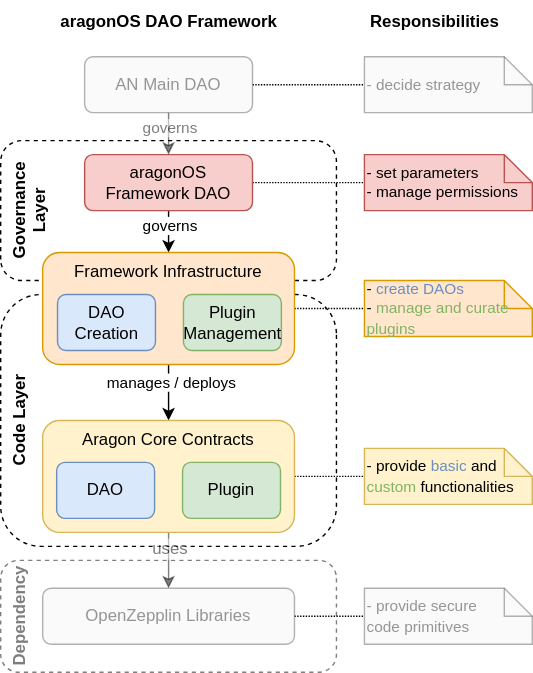
The draw.io diagram docs/core/01-how-it-works/02-the-dao-framework/aragon-os-architecture-Overview.drawio.svg in aragon/developer-portal, before a commit. Source tidied: cells renumbered, new cells last; positions are measured from the earlier drawing's top-left corner, leaving out a move shared by most shapes.
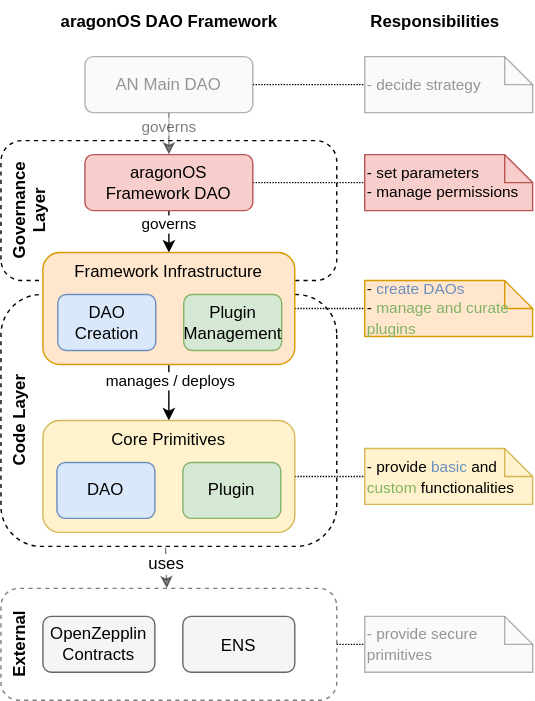
After the commit.

Commit message:
Changed naming and formatting

Diff of the diagram source:
```diff
@@ -2,6 +2,9 @@
   <root>
     <mxCell id="0" />
     <mxCell id="1" parent="0" />
+    <mxCell id="22" value="External" style="rounded=1;whiteSpace=wrap;html=1;dashed=1;fillColor=none;verticalAlign=top;fontStyle=1;arcSize=16;direction=west;rotation=270;opacity=50;" parent="1" vertex="1">
+      <mxGeometry x="50" y="340" width="80" height="240" as="geometry" />
+    </mxCell>
     <mxCell id="2" value="Code Layer" style="rounded=1;whiteSpace=wrap;html=1;dashed=1;fillColor=none;verticalAlign=top;fontStyle=1;arcSize=16;direction=west;rotation=270;" parent="1" vertex="1">
       <mxGeometry y="180" width="180" height="240" as="geometry" />
     </mxCell>
@@ -32,11 +35,16 @@
     <mxCell id="11" value="&lt;font color=&quot;#000000&quot; style=&quot;font-size: 12px;&quot;&gt;&lt;b style=&quot;font-size: 12px;&quot;&gt;Responsibilities&lt;/b&gt;&lt;/font&gt;" style="text;html=1;align=center;verticalAlign=middle;strokeColor=none;fillColor=none;fontSize=12;fontColor=#7EA6E0;" parent="1" vertex="1">
       <mxGeometry x="220" width="120" height="30" as="geometry" />
     </mxCell>
-    <mxCell id="12" value="&lt;span style=&quot;font-size: 11px;&quot;&gt;&lt;font style=&quot;font-size: 11px;&quot;&gt;&amp;nbsp;- provide secure &lt;br&gt;&amp;nbsp; &amp;nbsp;code primitives&lt;/font&gt;&lt;br&gt;&lt;/span&gt;" style="shape=note;size=20;whiteSpace=wrap;html=1;fontSize=12;fillColor=#f5f5f5;align=left;strokeColor=#666666;fontColor=#333333;opacity=50;textOpacity=50;" parent="1" vertex="1">
-      <mxGeometry x="230" y="420" width="120" height="40" as="geometry" />
+    <mxCell id="12" value="&lt;span style=&quot;font-size: 11px&quot;&gt;&lt;font style=&quot;font-size: 11px&quot;&gt;&amp;nbsp;- provide secure &lt;br&gt;&amp;nbsp; &amp;nbsp;primitives&lt;/font&gt;&lt;br&gt;&lt;/span&gt;" style="shape=note;size=20;whiteSpace=wrap;html=1;fontSize=12;fillColor=#f5f5f5;align=left;strokeColor=#666666;fontColor=#333333;opacity=50;textOpacity=50;" parent="1" vertex="1">
+      <mxGeometry x="230" y="440" width="120" height="40" as="geometry" />
     </mxCell>
-    <mxCell id="13" style="edgeStyle=orthogonalEdgeStyle;rounded=0;jettySize=auto;html=1;dashed=1;dashPattern=1 1;fontSize=11;fontColor=#000000;endArrow=none;endFill=0;textOpacity=50;" parent="1" edge="1" source="25" target="12">
-      <mxGeometry relative="1" as="geometry" />
+    <mxCell id="13" style="edgeStyle=orthogonalEdgeStyle;rounded=0;jettySize=auto;html=1;dashed=1;dashPattern=1 1;fontSize=11;fontColor=#000000;endArrow=none;endFill=0;textOpacity=50;exitX=0.5;exitY=0;exitDx=0;exitDy=0;" parent="1" edge="1" source="22" target="12">
+      <mxGeometry relative="1" as="geometry">
+        <Array as="points">
+          <mxPoint x="220" y="460" />
+          <mxPoint x="220" y="460" />
+        </Array>
+      </mxGeometry>
     </mxCell>
     <mxCell id="14" value="&lt;font color=&quot;#000000&quot; style=&quot;font-size: 12px;&quot;&gt;&lt;span style=&quot;font-size: 12px;&quot;&gt;&lt;b&gt;aragonOS&lt;/b&gt;&lt;/span&gt;&lt;b style=&quot;font-size: 12px;&quot;&gt; DAO Framework&lt;br style=&quot;font-size: 12px;&quot;&gt;&lt;/b&gt;&lt;/font&gt;" style="text;html=1;align=center;verticalAlign=middle;strokeColor=none;fillColor=none;fontSize=12;fontColor=#7EA6E0;rounded=0;" parent="1" vertex="1">
       <mxGeometry width="180" height="30" as="geometry" />
@@ -66,9 +74,6 @@
     <mxCell id="21" value="AN Main DAO" style="rounded=1;whiteSpace=wrap;html=1;verticalAlign=middle;fontStyle=0;fillColor=#f5f5f5;strokeColor=#666666;fontColor=#333333;opacity=50;textOpacity=50;" parent="1" vertex="1">
       <mxGeometry x="30" y="40" width="120" height="40" as="geometry" />
     </mxCell>
-    <mxCell id="22" value="Dependency" style="rounded=1;whiteSpace=wrap;html=1;dashed=1;fillColor=none;verticalAlign=top;fontStyle=1;arcSize=16;direction=west;rotation=270;textOpacity=50;opacity=50;" parent="1" vertex="1">
-      <mxGeometry x="50" y="320" width="80" height="240" as="geometry" />
-    </mxCell>
     <mxCell id="23" style="edgeStyle=orthogonalEdgeStyle;rounded=0;jettySize=auto;html=1;" parent="1" edge="1" source="33" target="29">
       <mxGeometry relative="1" as="geometry" />
     </mxCell>
@@ -77,21 +82,21 @@
         <mxPoint x="1" y="3" as="offset" />
       </mxGeometry>
     </mxCell>
-    <mxCell id="25" value="OpenZepplin Libraries" style="rounded=1;whiteSpace=wrap;html=1;verticalAlign=middle;fontStyle=0;fillColor=#f5f5f5;strokeColor=#666666;fontColor=#333333;textOpacity=50;opacity=50;" parent="1" vertex="1">
-      <mxGeometry y="420" width="180" height="40" as="geometry" />
+    <mxCell id="25" value="OpenZepplin Contracts" style="rounded=1;whiteSpace=wrap;html=1;verticalAlign=middle;fontStyle=0;fillColor=#f5f5f5;strokeColor=#666666;fontColor=#000000;" parent="1" vertex="1">
+      <mxGeometry y="440" width="80" height="40" as="geometry" />
     </mxCell>
-    <mxCell id="26" style="rounded=0;jettySize=auto;html=1;fontSize=12;fontColor=#000000;endArrow=classic;endFill=1;opacity=50;" parent="1" edge="1" source="29" target="25">
+    <mxCell id="26" style="rounded=0;jettySize=auto;html=1;fontSize=12;fontColor=#000000;endArrow=classic;endFill=1;opacity=50;exitX=1.005;exitY=0.51;exitDx=0;exitDy=0;exitPerimeter=0;" parent="1" edge="1" source="2" target="22">
       <mxGeometry relative="1" as="geometry" />
     </mxCell>
-    <mxCell id="27" value="uses" style="edgeLabel;html=1;align=center;verticalAlign=middle;fontSize=12;fontColor=#000000;textOpacity=50;" parent="26" vertex="1">
+    <mxCell id="27" value="uses" style="edgeLabel;html=1;align=center;verticalAlign=middle;fontSize=12;fontColor=#000000;" parent="26" vertex="1">
       <mxGeometry x="-0.47" y="2" relative="1" as="geometry">
-        <mxPoint x="-2" as="offset" />
+        <mxPoint x="-2" y="4" as="offset" />
       </mxGeometry>
     </mxCell>
     <mxCell id="28" style="group;" parent="1" vertex="1">
       <mxGeometry y="300" width="180" height="80" as="geometry" />
     </mxCell>
-    <mxCell id="29" value="Aragon Core Contracts" style="rounded=1;whiteSpace=wrap;html=1;verticalAlign=top;fontStyle=0;fillColor=#fff2cc;strokeColor=#d6b656;" parent="28" vertex="1">
+    <mxCell id="29" value="Core Primitives" style="rounded=1;whiteSpace=wrap;html=1;verticalAlign=top;fontStyle=0;fillColor=#fff2cc;strokeColor=#d6b656;" parent="28" vertex="1">
       <mxGeometry width="180" height="80" as="geometry" />
     </mxCell>
     <mxCell id="30" value="DAO" style="rounded=1;whiteSpace=wrap;html=1;verticalAlign=middle;fontStyle=0;fillColor=#dae8fc;strokeColor=#6c8ebf;" parent="28" vertex="1">
@@ -112,5 +117,8 @@
     <mxCell id="35" value="Plugin&lt;br&gt;Management" style="rounded=1;whiteSpace=wrap;html=1;verticalAlign=middle;fontStyle=0;fillColor=#d5e8d4;strokeColor=#82b366;" parent="32" vertex="1">
       <mxGeometry x="100.6" y="30" width="70" height="40" as="geometry" />
     </mxCell>
+    <mxCell id="36" value="&lt;p style=&quot;line-height: 1&quot;&gt;&lt;font color=&quot;#000000&quot;&gt;ENS&lt;/font&gt;&lt;/p&gt;" style="rounded=1;whiteSpace=wrap;html=1;verticalAlign=middle;fontStyle=0;fillColor=#f5f5f5;strokeColor=#666666;fontColor=#333333;" parent="1" vertex="1">
+      <mxGeometry x="100" y="440" width="80" height="40" as="geometry" />
+    </mxCell>
   </root>
 </mxGraphModel>
```
